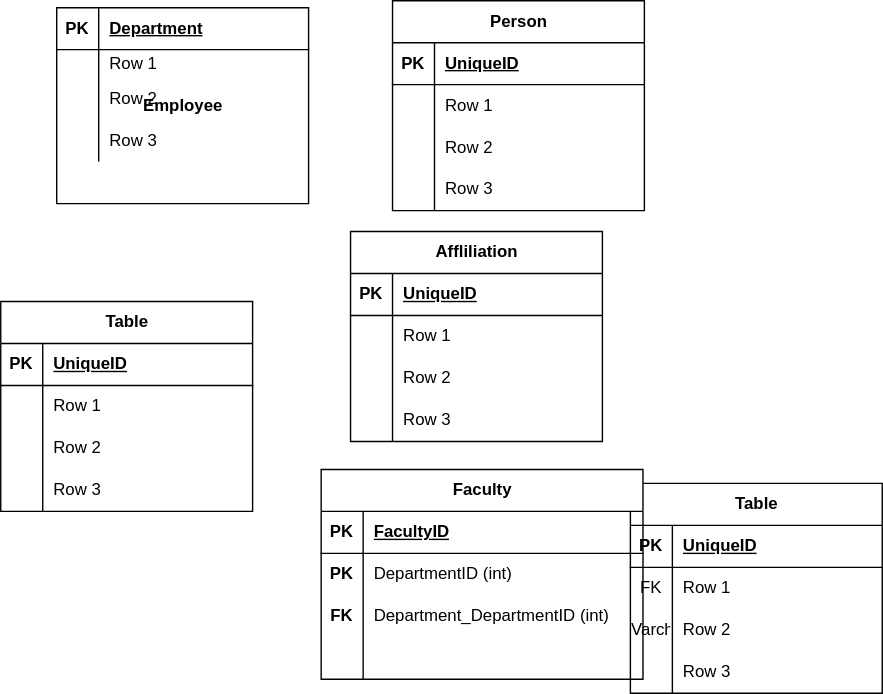
This is Untitled Diagram.drawio.svg from Priscile2/Diagrams, a draw.io export, as it was before one commit. Source tidied: cells renumbered, new cells last; positions are measured from the earlier drawing's top-left corner, leaving out a move shared by most shapes.
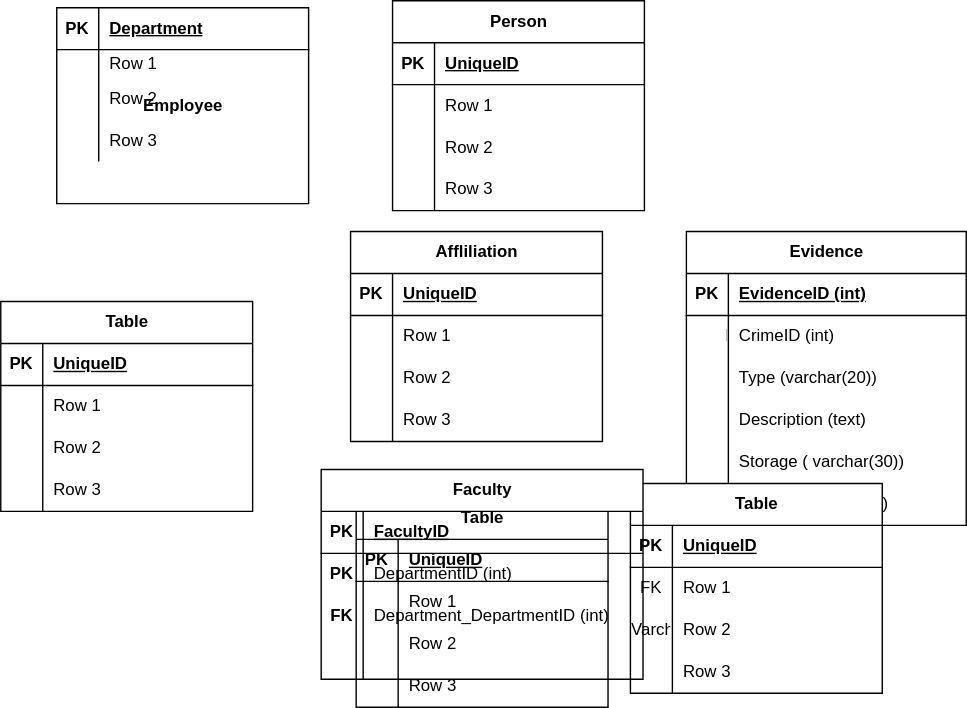
The same diagram one commit later.

Diff of the diagram source:
```diff
@@ -158,6 +158,63 @@
     <mxCell id="53" value="Row 3" style="shape=partialRectangle;fillColor=none;top=0;left=0;bottom=0;right=0;align=left;spacingLeft=6;overflow=hidden;whiteSpace=wrap;html=1;" parent="51" vertex="1">
       <mxGeometry x="30" width="150" height="30" as="geometry" />
     </mxCell>
+    <mxCell id="80" value="Evidence" style="shape=table;startSize=30;rowLines=0;fontStyle=1;align=center;html=1;" parent="1" vertex="1">
+      <mxGeometry x="490" y="165" width="200" height="210" as="geometry" />
+    </mxCell>
+    <mxCell id="81" style="shape=tableRow;horizontal=0;startSize=0;swimlaneHead=0;swimlaneBody=0;fillColor=none;top=0;left=0;right=0;bottom=1;" parent="80" vertex="1">
+      <mxGeometry y="30" width="200" height="30" as="geometry" />
+    </mxCell>
+    <mxCell id="82" value="PK" style="shape=partialRectangle;fillColor=none;top=0;left=0;bottom=0;right=0;fontStyle=1;overflow=hidden;whiteSpace=wrap;html=1;" parent="81" vertex="1">
+      <mxGeometry width="30" height="30" as="geometry" />
+    </mxCell>
+    <mxCell id="83" value="EvidenceID (int)" style="shape=partialRectangle;fillColor=none;top=0;left=0;bottom=0;right=0;align=left;spacingLeft=6;fontStyle=5;overflow=hidden;whiteSpace=wrap;html=1;" parent="81" vertex="1">
+      <mxGeometry x="30" width="170" height="30" as="geometry" />
+    </mxCell>
+    <mxCell id="84" style="shape=tableRow;horizontal=0;startSize=0;swimlaneHead=0;swimlaneBody=0;fillColor=none;top=0;left=0;right=0;bottom=0;" parent="80" vertex="1">
+      <mxGeometry y="60" width="200" height="30" as="geometry" />
+    </mxCell>
+    <mxCell id="85" value="&lt;span style=&quot;white-space: pre;&quot;&gt;&#9;&lt;/span&gt;I" style="shape=partialRectangle;fillColor=none;top=0;left=0;bottom=0;right=0;overflow=hidden;whiteSpace=wrap;html=1;" parent="84" vertex="1">
+      <mxGeometry width="30" height="30" as="geometry" />
+    </mxCell>
+    <mxCell id="86" value="CrimeID (int)&amp;nbsp;" style="shape=partialRectangle;fillColor=none;top=0;left=0;bottom=0;right=0;align=left;spacingLeft=6;overflow=hidden;whiteSpace=wrap;html=1;" parent="84" vertex="1">
+      <mxGeometry x="30" width="170" height="30" as="geometry" />
+    </mxCell>
+    <mxCell id="87" style="shape=tableRow;horizontal=0;startSize=0;swimlaneHead=0;swimlaneBody=0;fillColor=none;top=0;left=0;right=0;bottom=0;" parent="80" vertex="1">
+      <mxGeometry y="90" width="200" height="30" as="geometry" />
+    </mxCell>
+    <mxCell id="88" style="shape=partialRectangle;fillColor=none;top=0;left=0;bottom=0;right=0;overflow=hidden;whiteSpace=wrap;html=1;" parent="87" vertex="1">
+      <mxGeometry width="30" height="30" as="geometry" />
+    </mxCell>
+    <mxCell id="89" value="Type (varchar(20))" style="shape=partialRectangle;fillColor=none;top=0;left=0;bottom=0;right=0;align=left;spacingLeft=6;overflow=hidden;whiteSpace=wrap;html=1;" parent="87" vertex="1">
+      <mxGeometry x="30" width="170" height="30" as="geometry" />
+    </mxCell>
+    <mxCell id="90" style="shape=tableRow;horizontal=0;startSize=0;swimlaneHead=0;swimlaneBody=0;fillColor=none;top=0;left=0;right=0;bottom=0;" parent="80" vertex="1">
+      <mxGeometry y="120" width="200" height="30" as="geometry" />
+    </mxCell>
+    <mxCell id="91" style="shape=partialRectangle;fillColor=none;top=0;left=0;bottom=0;right=0;overflow=hidden;whiteSpace=wrap;html=1;" parent="90" vertex="1">
+      <mxGeometry width="30" height="30" as="geometry" />
+    </mxCell>
+    <mxCell id="92" value="Description (text)" style="shape=partialRectangle;fillColor=none;top=0;left=0;bottom=0;right=0;align=left;spacingLeft=6;overflow=hidden;whiteSpace=wrap;html=1;" parent="90" vertex="1">
+      <mxGeometry x="30" width="170" height="30" as="geometry" />
+    </mxCell>
+    <mxCell id="93" style="shape=tableRow;horizontal=0;startSize=0;swimlaneHead=0;swimlaneBody=0;fillColor=none;top=0;left=0;right=0;bottom=0;" parent="80" vertex="1">
+      <mxGeometry y="150" width="200" height="30" as="geometry" />
+    </mxCell>
+    <mxCell id="94" style="shape=partialRectangle;fillColor=none;top=0;left=0;bottom=0;right=0;overflow=hidden;whiteSpace=wrap;html=1;" parent="93" vertex="1">
+      <mxGeometry width="30" height="30" as="geometry" />
+    </mxCell>
+    <mxCell id="95" value="Storage ( varchar(30))" style="shape=partialRectangle;fillColor=none;top=0;left=0;bottom=0;right=0;align=left;spacingLeft=6;overflow=hidden;whiteSpace=wrap;html=1;" parent="93" vertex="1">
+      <mxGeometry x="30" width="170" height="30" as="geometry" />
+    </mxCell>
+    <mxCell id="96" style="shape=tableRow;horizontal=0;startSize=0;swimlaneHead=0;swimlaneBody=0;fillColor=none;top=0;left=0;right=0;bottom=0;" parent="80" vertex="1">
+      <mxGeometry y="180" width="200" height="30" as="geometry" />
+    </mxCell>
+    <mxCell id="97" style="shape=partialRectangle;fillColor=none;top=0;left=0;bottom=0;right=0;overflow=hidden;whiteSpace=wrap;html=1;" parent="96" vertex="1">
+      <mxGeometry width="30" height="30" as="geometry" />
+    </mxCell>
+    <mxCell id="98" value="Status (varchar(10))" style="shape=partialRectangle;fillColor=none;top=0;left=0;bottom=0;right=0;align=left;spacingLeft=6;overflow=hidden;whiteSpace=wrap;html=1;" parent="96" vertex="1">
+      <mxGeometry x="30" width="170" height="30" as="geometry" />
+    </mxCell>
     <mxCell id="54" value="Table" style="shape=table;startSize=30;rowLines=0;fontStyle=1;align=center;html=1;" parent="1" vertex="1">
       <mxGeometry x="450" y="345" width="180" height="150" as="geometry" />
     </mxCell>
@@ -197,6 +254,45 @@
     <mxCell id="66" value="Row 3" style="shape=partialRectangle;fillColor=none;top=0;left=0;bottom=0;right=0;align=left;spacingLeft=6;overflow=hidden;whiteSpace=wrap;html=1;" parent="64" vertex="1">
       <mxGeometry x="30" width="150" height="30" as="geometry" />
     </mxCell>
+    <mxCell id="99" value="Table" style="shape=table;startSize=30;rowLines=0;fontStyle=1;align=center;html=1;" parent="1" vertex="1">
+      <mxGeometry x="254" y="355" width="180" height="150" as="geometry" />
+    </mxCell>
+    <mxCell id="100" style="shape=tableRow;horizontal=0;startSize=0;swimlaneHead=0;swimlaneBody=0;fillColor=none;top=0;left=0;right=0;bottom=1;" parent="99" vertex="1">
+      <mxGeometry y="30" width="180" height="30" as="geometry" />
+    </mxCell>
+    <mxCell id="101" value="PK" style="shape=partialRectangle;fillColor=none;top=0;left=0;bottom=0;right=0;fontStyle=1;overflow=hidden;whiteSpace=wrap;html=1;" parent="100" vertex="1">
+      <mxGeometry width="30" height="30" as="geometry" />
+    </mxCell>
+    <mxCell id="102" value="UniqueID" style="shape=partialRectangle;fillColor=none;top=0;left=0;bottom=0;right=0;align=left;spacingLeft=6;fontStyle=5;overflow=hidden;whiteSpace=wrap;html=1;" parent="100" vertex="1">
+      <mxGeometry x="30" width="150" height="30" as="geometry" />
+    </mxCell>
+    <mxCell id="103" style="shape=tableRow;horizontal=0;startSize=0;swimlaneHead=0;swimlaneBody=0;fillColor=none;top=0;left=0;right=0;bottom=0;" parent="99" vertex="1">
+      <mxGeometry y="60" width="180" height="30" as="geometry" />
+    </mxCell>
+    <mxCell id="104" style="shape=partialRectangle;fillColor=none;top=0;left=0;bottom=0;right=0;overflow=hidden;whiteSpace=wrap;html=1;" parent="103" vertex="1">
+      <mxGeometry width="30" height="30" as="geometry" />
+    </mxCell>
+    <mxCell id="105" value="Row 1" style="shape=partialRectangle;fillColor=none;top=0;left=0;bottom=0;right=0;align=left;spacingLeft=6;overflow=hidden;whiteSpace=wrap;html=1;" parent="103" vertex="1">
+      <mxGeometry x="30" width="150" height="30" as="geometry" />
+    </mxCell>
+    <mxCell id="106" style="shape=tableRow;horizontal=0;startSize=0;swimlaneHead=0;swimlaneBody=0;fillColor=none;top=0;left=0;right=0;bottom=0;" parent="99" vertex="1">
+      <mxGeometry y="90" width="180" height="30" as="geometry" />
+    </mxCell>
+    <mxCell id="107" style="shape=partialRectangle;fillColor=none;top=0;left=0;bottom=0;right=0;overflow=hidden;whiteSpace=wrap;html=1;" parent="106" vertex="1">
+      <mxGeometry width="30" height="30" as="geometry" />
+    </mxCell>
+    <mxCell id="108" value="Row 2" style="shape=partialRectangle;fillColor=none;top=0;left=0;bottom=0;right=0;align=left;spacingLeft=6;overflow=hidden;whiteSpace=wrap;html=1;" parent="106" vertex="1">
+      <mxGeometry x="30" width="150" height="30" as="geometry" />
+    </mxCell>
+    <mxCell id="109" style="shape=tableRow;horizontal=0;startSize=0;swimlaneHead=0;swimlaneBody=0;fillColor=none;top=0;left=0;right=0;bottom=0;" parent="99" vertex="1">
+      <mxGeometry y="120" width="180" height="30" as="geometry" />
+    </mxCell>
+    <mxCell id="110" style="shape=partialRectangle;fillColor=none;top=0;left=0;bottom=0;right=0;overflow=hidden;whiteSpace=wrap;html=1;" parent="109" vertex="1">
+      <mxGeometry width="30" height="30" as="geometry" />
+    </mxCell>
+    <mxCell id="111" value="Row 3" style="shape=partialRectangle;fillColor=none;top=0;left=0;bottom=0;right=0;align=left;spacingLeft=6;overflow=hidden;whiteSpace=wrap;html=1;" parent="109" vertex="1">
+      <mxGeometry x="30" width="150" height="30" as="geometry" />
+    </mxCell>
     <mxCell id="67" value="Faculty" style="shape=table;startSize=30;rowLines=0;fontStyle=1;align=center;html=1;" parent="1" vertex="1">
       <mxGeometry x="229" y="335" width="230" height="150" as="geometry" />
     </mxCell>
```
